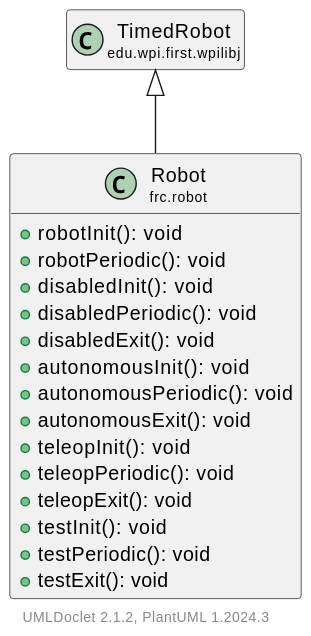
LakotaRobotics1038/2026RobotProject keeps this PlantUML diagram as docs/uml/frc/robot/Robot.svg. Above is the earlier version.
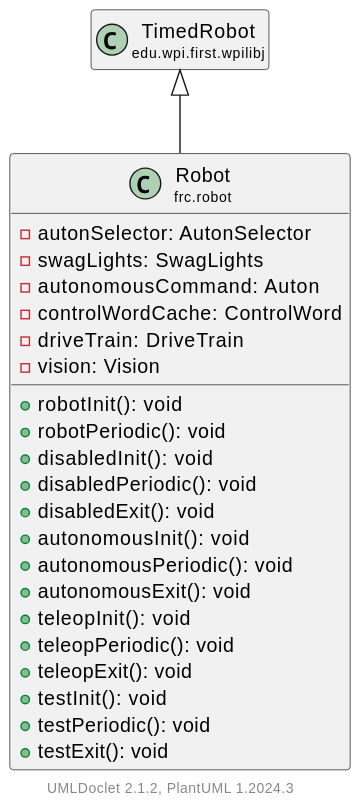
The same file after the commit.

Change to the diagram source:
```diff
@@ -4,6 +4,12 @@
     hide empty methods
 
     class "<size:14>Robot\n<size:10>frc.robot" as frc.robot.Robot [[Robot.html]] {
+        -autonSelector: AutonSelector
+        -swagLights: SwagLights
+        -autonomousCommand: Auton
+        -controlWordCache: ControlWord
+        -driveTrain: DriveTrain
+        -vision: Vision
         +robotInit(): void
         +robotPeriodic(): void
         +disabledInit(): void
```
